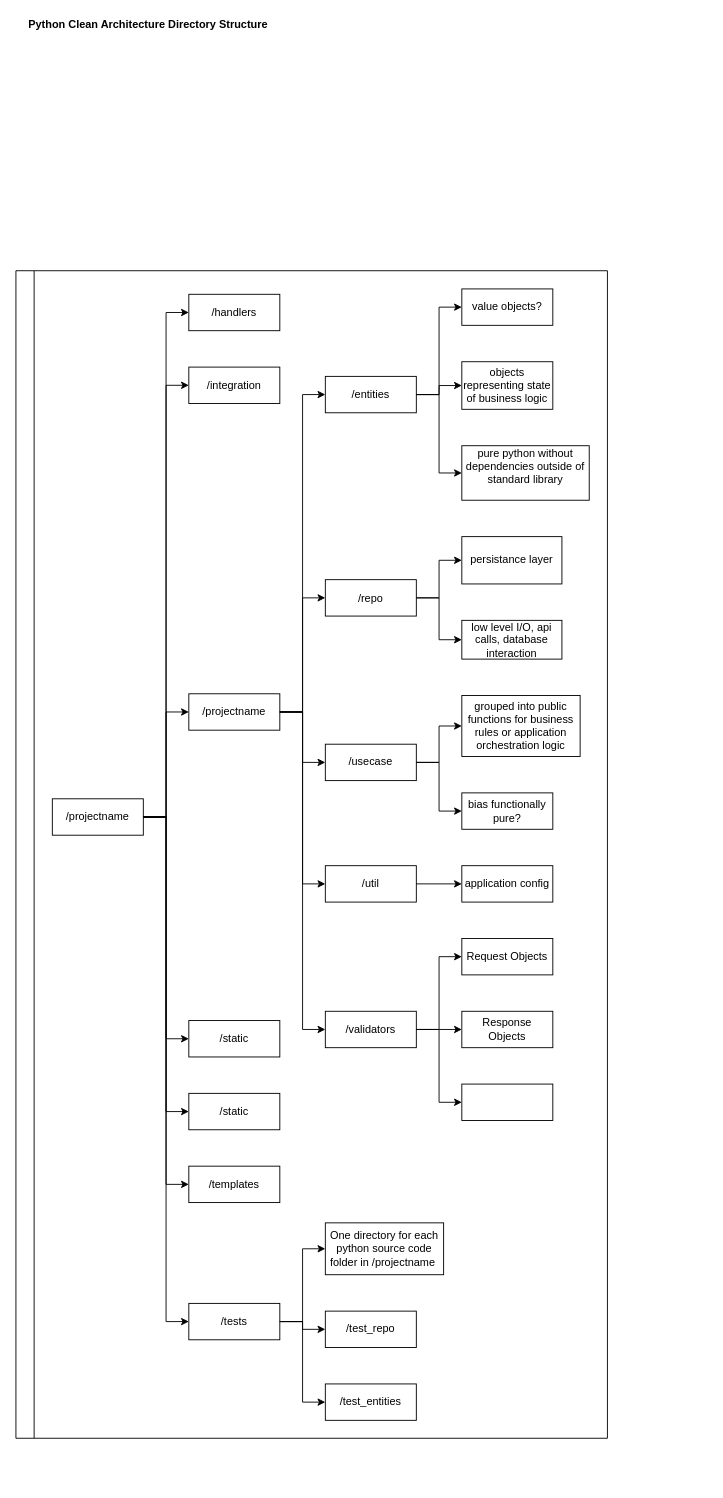
Earlier version of the draw.io diagram page "python_directory_structure" (2 of 2) of clean_architecture/software_design.drawio (rrigato/architecture). Source tidied: cells renumbered, new cells numbered last; positions are measured from the earlier drawing's top-left corner, leaving out a move shared by most shapes. Both pictures are drawn from the tidied source at 91%, with x=0, y=0 at pixel (15, 15).
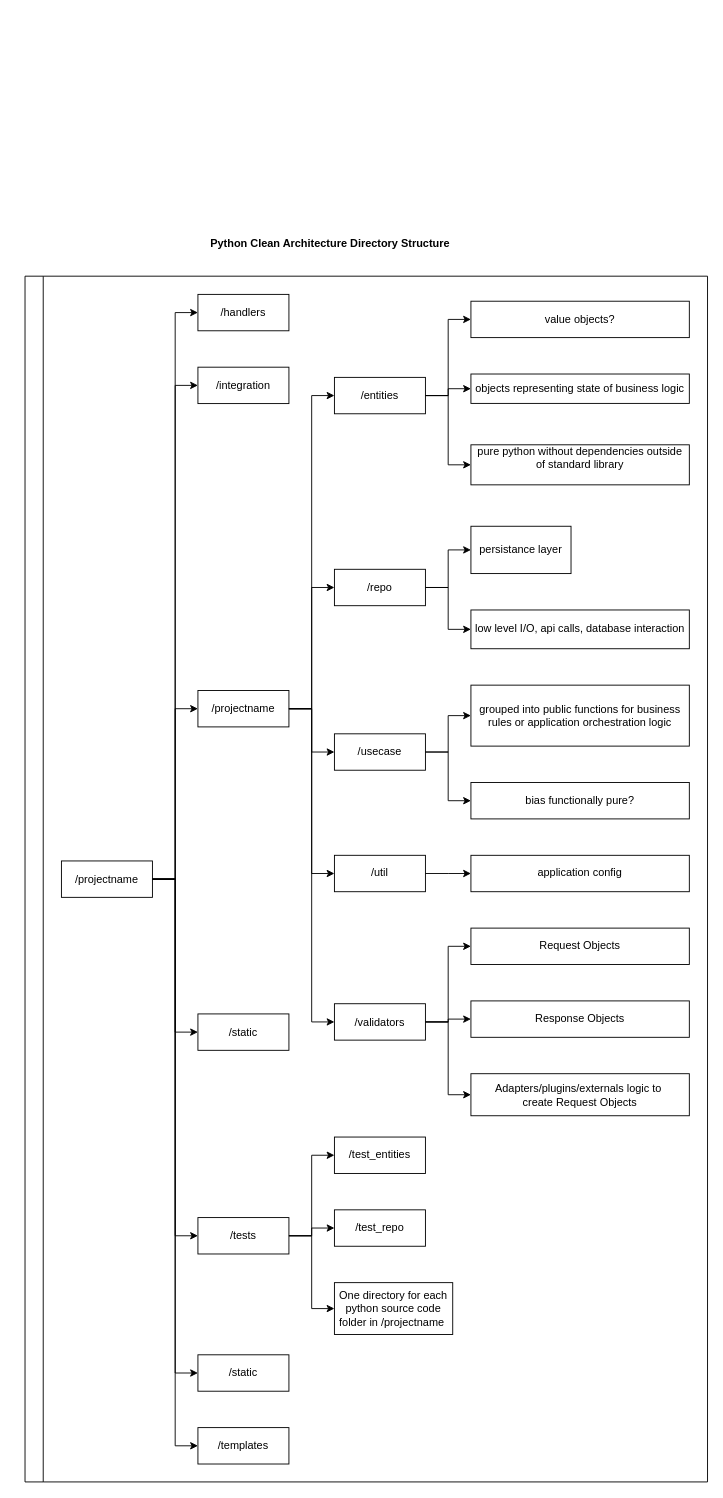
The same page after the edit.

What changed in the source:
```diff
@@
-    <mxCell id="2" value="&lt;br&gt;" style="swimlane;html=1;startSize=20;horizontal=0;horizontalTree=1;containerType=tree;" parent="1" vertex="1">
-      <mxGeometry y="280" width="650" height="1283" as="geometry" />
+    <mxCell id="2" style="swimlane;html=1;startSize=20;horizontal=0;horizontalTree=1;containerType=tree;" parent="1" vertex="1">
+      <mxGeometry x="10" y="286" width="750" height="1325" as="geometry" />
     </mxCell>
     <mxCell id="3" value="/projectname" style="whiteSpace=wrap;html=1;" parent="2" vertex="1">
-      <mxGeometry x="40" y="580.3" width="100" height="40" as="geometry" />
+      <mxGeometry x="40" y="642.6" width="100" height="40" as="geometry" />
     </mxCell>
     <mxCell id="4" value="/handlers" style="whiteSpace=wrap;html=1;" parent="2" vertex="1">
-      <mxGeometry x="190" y="25.9" width="100" height="40" as="geometry" />
+      <mxGeometry x="190" y="20" width="100" height="40" as="geometry" />
     </mxCell>
@@
     <mxCell id="6" value="/integration" style="whiteSpace=wrap;html=1;" parent="2" vertex="1">
-      <mxGeometry x="190" y="105.9" width="100" height="40" as="geometry" />
+      <mxGeometry x="190" y="100" width="100" height="40" as="geometry" />
     </mxCell>
@@
     <mxCell id="9" value="/projectname" style="whiteSpace=wrap;html=1;" parent="2" vertex="1">
-      <mxGeometry x="190" y="464.9" width="100" height="40" as="geometry" />
+      <mxGeometry x="190" y="455.3" width="100" height="40" as="geometry" />
     </mxCell>
@@
     <mxCell id="11" value="/static" style="whiteSpace=wrap;html=1;" parent="2" vertex="1">
-      <mxGeometry x="190" y="824" width="100" height="40" as="geometry" />
+      <mxGeometry x="190" y="810.7" width="100" height="40" as="geometry" />
     </mxCell>
@@
     <mxCell id="13" value="/tests" style="whiteSpace=wrap;html=1;" parent="2" vertex="1">
-      <mxGeometry x="190" y="1134.8" width="100" height="40" as="geometry" />
+      <mxGeometry x="190" y="1034.5" width="100" height="40" as="geometry" />
     </mxCell>
@@
     <mxCell id="15" value="/entities" style="whiteSpace=wrap;html=1;" parent="2" vertex="1">
-      <mxGeometry x="340" y="116.1" width="100" height="40" as="geometry" />
+      <mxGeometry x="340" y="111.2" width="100" height="40" as="geometry" />
     </mxCell>
@@
     <mxCell id="17" value="/repo" style="whiteSpace=wrap;html=1;" parent="2" vertex="1">
-      <mxGeometry x="340" y="339.5" width="100" height="40" as="geometry" />
+      <mxGeometry x="340" y="322.1" width="100" height="40" as="geometry" />
     </mxCell>
@@
     <mxCell id="19" value="/usecase" style="whiteSpace=wrap;html=1;" parent="2" vertex="1">
-      <mxGeometry x="340" y="520.3" width="100" height="40" as="geometry" />
+      <mxGeometry x="340" y="502.9" width="100" height="40" as="geometry" />
     </mxCell>
@@
     <mxCell id="21" value="/util" style="whiteSpace=wrap;html=1;" parent="2" vertex="1">
-      <mxGeometry x="340" y="653.8" width="100" height="40" as="geometry" />
+      <mxGeometry x="340" y="636.4" width="100" height="40" as="geometry" />
     </mxCell>
@@
     <mxCell id="23" value="/validators" style="whiteSpace=wrap;html=1;" parent="2" vertex="1">
-      <mxGeometry x="340" y="813.8" width="100" height="40" as="geometry" />
+      <mxGeometry x="340" y="799.5" width="100" height="40" as="geometry" />
     </mxCell>
@@
     <mxCell id="25" value="/test_entities" style="whiteSpace=wrap;html=1;" parent="2" vertex="1">
-      <mxGeometry x="340" y="1223.3" width="100" height="40" as="geometry" />
+      <mxGeometry x="340" y="946" width="100" height="40" as="geometry" />
     </mxCell>
@@
     <mxCell id="27" value="/test_repo" style="whiteSpace=wrap;html=1;" parent="2" vertex="1">
-      <mxGeometry x="340" y="1143.3" width="100" height="40" as="geometry" />
+      <mxGeometry x="340" y="1026" width="100" height="40" as="geometry" />
     </mxCell>
@@
     <mxCell id="29" value="value objects?" style="whiteSpace=wrap;html=1;" parent="2" vertex="1">
-      <mxGeometry x="490" y="20" width="100" height="40" as="geometry" />
+      <mxGeometry x="490" y="27.5" width="240" height="40" as="geometry" />
     </mxCell>
@@
     <mxCell id="31" value="persistance layer" style="whiteSpace=wrap;html=1;" parent="2" vertex="1">
-      <mxGeometry x="490" y="292.2" width="110" height="52" as="geometry" />
+      <mxGeometry x="490" y="274.8" width="110" height="52" as="geometry" />
     </mxCell>
@@
     <mxCell id="33" value="grouped into public functions for business rules or application orchestration logic" style="whiteSpace=wrap;html=1;" parent="2" vertex="1">
-      <mxGeometry x="490" y="466.8" width="130" height="67" as="geometry" />
+      <mxGeometry x="490" y="449.4" width="240" height="67" as="geometry" />
     </mxCell>
@@
     <mxCell id="35" value="bias functionally pure?" style="whiteSpace=wrap;html=1;" parent="2" vertex="1">
-      <mxGeometry x="490" y="573.8" width="100" height="40" as="geometry" />
+      <mxGeometry x="490" y="556.4" width="240" height="40" as="geometry" />
     </mxCell>
@@
     <mxCell id="37" value="objects representing state of business logic" style="whiteSpace=wrap;html=1;" parent="2" vertex="1">
-      <mxGeometry x="490" y="100" width="100" height="52.3" as="geometry" />
+      <mxGeometry x="490" y="107.5" width="240" height="32.3" as="geometry" />
     </mxCell>
@@
     <mxCell id="39" value="pure python without dependencies outside of standard library&lt;br&gt;&amp;nbsp;" style="whiteSpace=wrap;html=1;" parent="2" vertex="1">
-      <mxGeometry x="490" y="192.3" width="140" height="59.9" as="geometry" />
+      <mxGeometry x="490" y="185.3" width="240" height="44" as="geometry" />
     </mxCell>
@@
     <mxCell id="41" value="/static" style="whiteSpace=wrap;html=1;" parent="2" vertex="1">
-      <mxGeometry x="190" y="904" width="100" height="40" as="geometry" />
+      <mxGeometry x="190" y="1185.3" width="100" height="40" as="geometry" />
     </mxCell>
     <mxCell id="42" value="One directory for each python source code folder in /projectname&amp;nbsp;" style="whiteSpace=wrap;html=1;" parent="2" vertex="1">
-      <mxGeometry x="340" y="1046.3" width="130" height="57" as="geometry" />
+      <mxGeometry x="340" y="1106" width="130" height="57" as="geometry" />
     </mxCell>
@@
     <mxCell id="45" value="low level I/O, api calls, database interaction" style="whiteSpace=wrap;html=1;" parent="2" vertex="1">
-      <mxGeometry x="490" y="384.2" width="110" height="42.6" as="geometry" />
+      <mxGeometry x="490" y="366.8" width="240" height="42.6" as="geometry" />
     </mxCell>
@@
     <mxCell id="47" value="application config" style="whiteSpace=wrap;html=1;" parent="2" vertex="1">
-      <mxGeometry x="490" y="653.8" width="100" height="40" as="geometry" />
+      <mxGeometry x="490" y="636.4" width="240" height="40" as="geometry" />
     </mxCell>
@@
     <mxCell id="49" value="Request Objects&lt;br&gt;" style="whiteSpace=wrap;html=1;" parent="2" vertex="1">
-      <mxGeometry x="490" y="733.8" width="100" height="40" as="geometry" />
+      <mxGeometry x="490" y="716.4" width="240" height="40" as="geometry" />
     </mxCell>
@@
     <mxCell id="51" value="Response Objects" style="whiteSpace=wrap;html=1;" parent="2" vertex="1">
-      <mxGeometry x="490" y="813.8" width="100" height="40" as="geometry" />
+      <mxGeometry x="490" y="796.4" width="240" height="40" as="geometry" />
     </mxCell>
@@
-    <mxCell id="53" style="whiteSpace=wrap;html=1;" parent="2" vertex="1">
-      <mxGeometry x="490" y="893.8" width="100" height="40" as="geometry" />
+    <mxCell id="53" value="Adapters/plugins/externals logic to&amp;nbsp;&lt;br&gt;create Request Objects" style="whiteSpace=wrap;html=1;" parent="2" vertex="1">
+      <mxGeometry x="490" y="876.4" width="240" height="46.2" as="geometry" />
     </mxCell>
@@
     <mxCell id="55" value="/templates" style="whiteSpace=wrap;html=1;" parent="2" vertex="1">
-      <mxGeometry x="190" y="984" width="100" height="40" as="geometry" />
+      <mxGeometry x="190" y="1265.3" width="100" height="40" as="geometry" />
     </mxCell>
     <mxCell id="56" value="&lt;span style=&quot;font-weight: 700 ; background-color: rgb(255 , 255 , 255)&quot;&gt;Python Clean Architecture Directory Structure&lt;/span&gt;" style="text;html=1;align=center;verticalAlign=middle;" parent="1" vertex="1">
-      <mxGeometry x="5" width="280" height="20" as="geometry" />
+      <mxGeometry x="205" y="240" width="280" height="20" as="geometry" />
     </mxCell>
```
